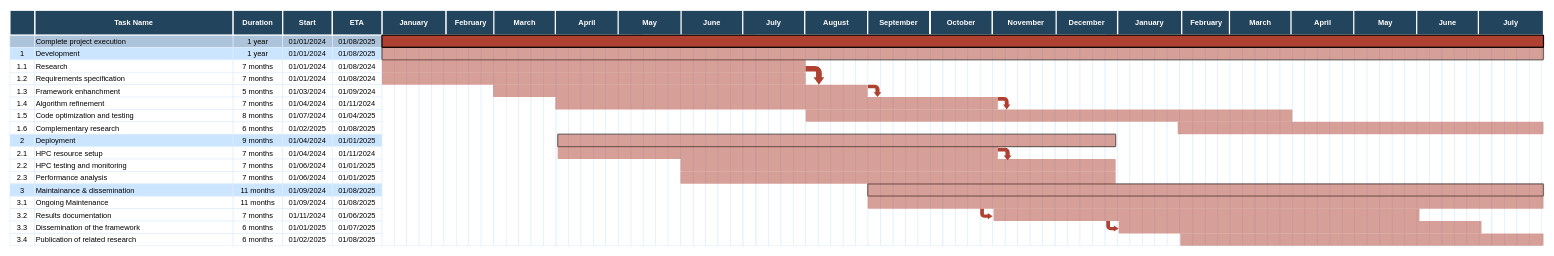
Earlier version of the draw.io diagram docs/GANTT-cineca.drawio (josura/c2c-sepia). Source tidied: cells renumbered, new cells numbered last; positions are measured from the earlier drawing's top-left corner, leaving out a move shared by most shapes. Both pictures are drawn from the tidied source at 62%, with x=0, y=0 at pixel (9, 10).
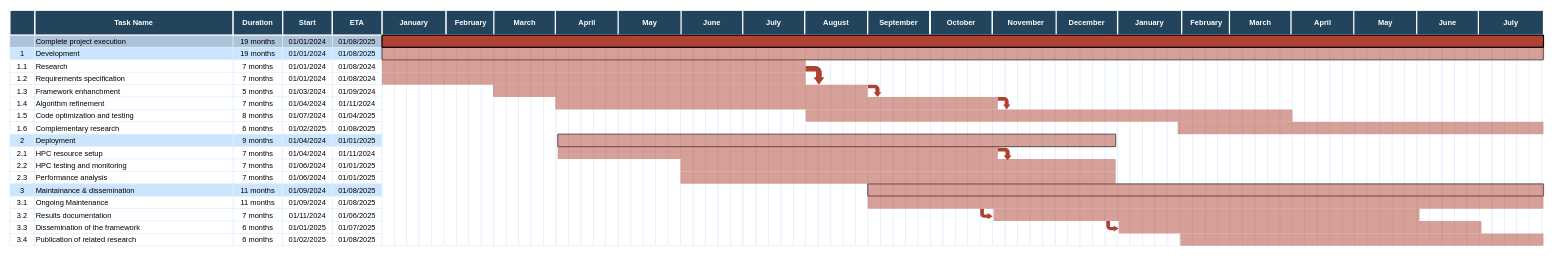
The same diagram, later.

What changed in the source:
```diff
@@
-    <mxCell id="48" value="1 year" style="strokeColor=#DEEDFF;fillColor=#ADC3D9;" parent="1" vertex="1">
+    <mxCell id="48" value="19 months" style="strokeColor=#DEEDFF;fillColor=#ADC3D9;" parent="1" vertex="1">
       <mxGeometry x="360.5" y="40" width="80" height="20" as="geometry" />
     </mxCell>
@@
-    <mxCell id="54" value="1 year" style="strokeColor=#DEEDFF;fillColor=#CCE5FF;" parent="1" vertex="1">
+    <mxCell id="54" value="19 months" style="strokeColor=#DEEDFF;fillColor=#CCE5FF;" parent="1" vertex="1">
       <mxGeometry x="360.5" y="60" width="80" height="20" as="geometry" />
     </mxCell>
```
